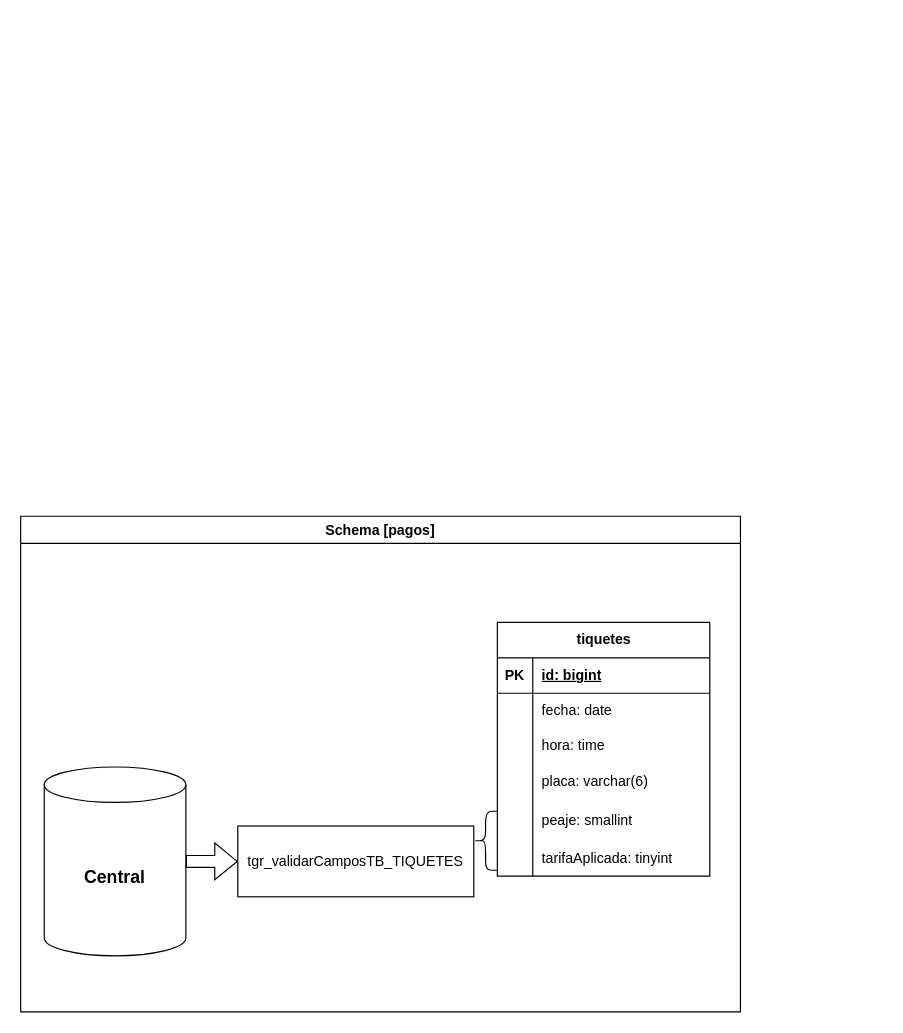
Earlier version of the draw.io diagram page "DB-OPERACIONES-TABLAS" (4 of 4) of diagramas/DISEÑO DE SISTEMA.drawio (randy-naranjo/proyecto-bd). Source tidied: cells renumbered, new cells numbered last; positions are measured from the earlier drawing's top-left corner, leaving out a move shared by most shapes. Both pictures are drawn from the tidied source at 118%, with x=0, y=0 at pixel (20, 516).
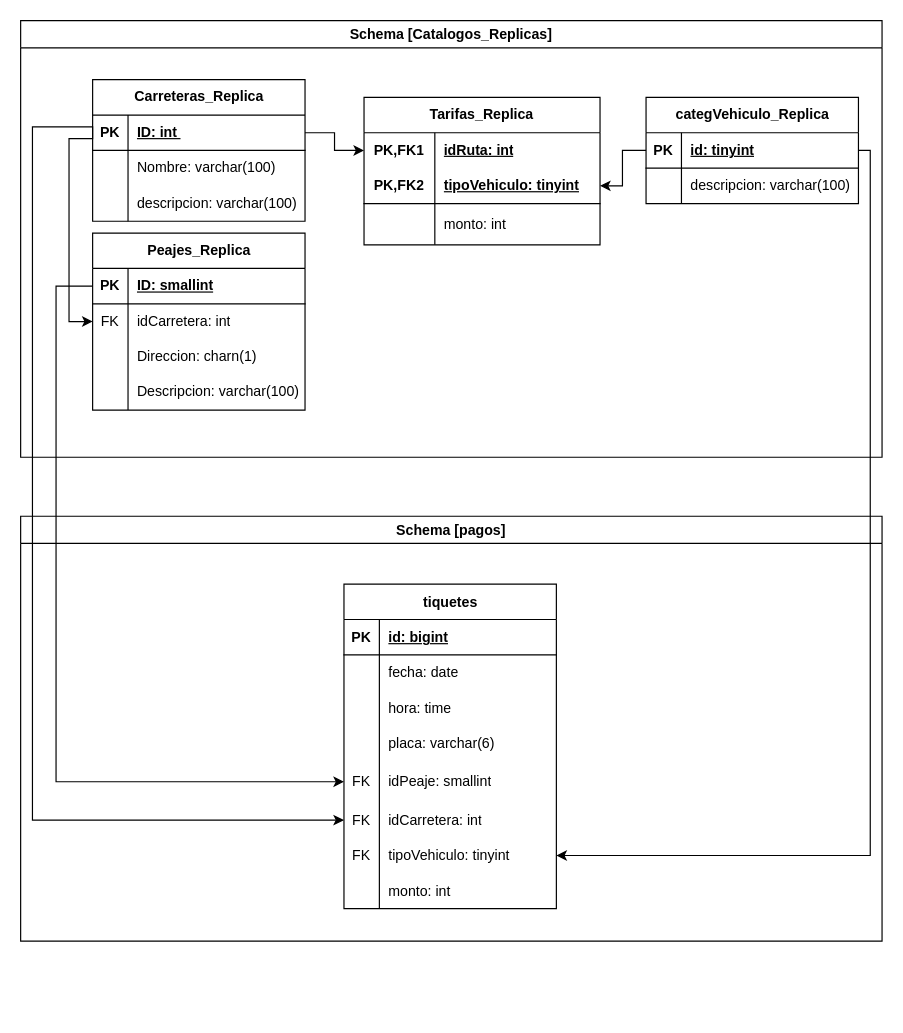
After the change.

Unchanged cells that the change refers to:
```xml
<mxCell id="18" style="shape=tableRow;horizontal=0;startSize=0;swimlaneHead=0;swimlaneBody=0;fillColor=none;points=[[0,0.5],[1,0.5]];portConstraint=eastwest;top=0;left=0;right=0;bottom=0;" parent="5" vertex="1">
  <mxGeometry y="150" width="180" height="35" as="geometry" />
</mxCell>
<mxCell id="21" style="shape=tableRow;horizontal=0;startSize=0;swimlaneHead=0;swimlaneBody=0;fillColor=none;points=[[0,0.5],[1,0.5]];portConstraint=eastwest;top=0;left=0;right=0;bottom=0;" parent="5" vertex="1">
  <mxGeometry y="185" width="180" height="30" as="geometry" />
</mxCell>
```

Change to the diagram source:
```diff
@@
     <mxCell id="2" value="Schema [pagos]" style="swimlane;whiteSpace=wrap;html=1;" parent="1" vertex="1">
-      <mxGeometry width="610" height="420" as="geometry" />
+      <mxGeometry width="730" height="360" as="geometry" />
     </mxCell>
-    <mxCell id="3" value="tgr_validarCamposTB_TIQUETES" style="rounded=0;whiteSpace=wrap;html=1;" parent="2" vertex="1">
-      <mxGeometry x="184" y="262.5" width="200" height="60" as="geometry" />
-    </mxCell>
     <mxCell id="4" style="group;" parent="2" vertex="1">
-      <mxGeometry x="384" y="90" width="200" height="245" as="geometry" />
+      <mxGeometry x="254" y="57.5" width="200" height="245" as="geometry" />
     </mxCell>
     <mxCell id="5" value="tiquetes" style="shape=table;startSize=30;childLayout=tableLayout;rowLines=0;fontStyle=1;align=center;html=1;" parent="4" vertex="1">
-      <mxGeometry x="20" width="180" height="215" as="geometry" />
+      <mxGeometry x="20" width="180" height="275" as="geometry" />
     </mxCell>
@@
-    <mxCell id="19" style="shape=partialRectangle;fillColor=none;top=0;left=0;bottom=0;right=0;overflow=hidden;whiteSpace=wrap;html=1;" parent="18" vertex="1">
+    <mxCell id="19" value="FK" style="shape=partialRectangle;fillColor=none;top=0;left=0;bottom=0;right=0;overflow=hidden;whiteSpace=wrap;html=1;" parent="18" vertex="1">
       <mxGeometry width="30" height="35" as="geometry" />
     </mxCell>
-    <mxCell id="20" value="peaje: smallint" style="shape=partialRectangle;fillColor=none;top=0;left=0;bottom=0;right=0;align=left;spacingLeft=6;overflow=hidden;whiteSpace=wrap;html=1;" parent="18" vertex="1">
+    <mxCell id="20" value="idPeaje: smallint" style="shape=partialRectangle;fillColor=none;top=0;left=0;bottom=0;right=0;align=left;spacingLeft=6;overflow=hidden;whiteSpace=wrap;html=1;" parent="18" vertex="1">
       <mxGeometry x="30" width="150" height="35" as="geometry" />
     </mxCell>
@@
-    <mxCell id="22" style="shape=partialRectangle;fillColor=none;top=0;left=0;bottom=0;right=0;overflow=hidden;whiteSpace=wrap;html=1;" parent="21" vertex="1">
+    <mxCell id="22" value="FK" style="shape=partialRectangle;fillColor=none;top=0;left=0;bottom=0;right=0;overflow=hidden;whiteSpace=wrap;html=1;" parent="21" vertex="1">
       <mxGeometry width="30" height="30" as="geometry" />
     </mxCell>
-    <mxCell id="23" value="tarifaAplicada: tinyint" style="shape=partialRectangle;fillColor=none;top=0;left=0;bottom=0;right=0;align=left;spacingLeft=6;overflow=hidden;whiteSpace=wrap;html=1;" parent="21" vertex="1">
+    <mxCell id="23" value="idCarretera: int" style="shape=partialRectangle;fillColor=none;top=0;left=0;bottom=0;right=0;align=left;spacingLeft=6;overflow=hidden;whiteSpace=wrap;html=1;" parent="21" vertex="1">
       <mxGeometry x="30" width="150" height="30" as="geometry" />
     </mxCell>
-    <mxCell id="24" style="shape=curlyBracket;whiteSpace=wrap;html=1;rounded=1;labelPosition=left;verticalLabelPosition=middle;align=right;verticalAlign=middle;" parent="4" vertex="1">
-      <mxGeometry y="160" width="20" height="50" as="geometry" />
-    </mxCell>
-    <mxCell id="25" style="edgeStyle=orthogonalEdgeStyle;rounded=0;jettySize=auto;html=1;exitX=1;exitY=0.5;exitDx=0;exitDy=0;exitPerimeter=0;entryX=0;entryY=0.5;entryDx=0;entryDy=0;shape=flexArrow;" parent="1" edge="1" source="26" target="3">
-      <mxGeometry relative="1" as="geometry" />
-    </mxCell>
-    <mxCell id="26" value="&lt;font style=&quot;font-size: 15px;&quot;&gt;&lt;b style=&quot;font-size: 15px;&quot;&gt;&lt;span style=&quot;font-size: 15px;&quot;&gt;Central&lt;/span&gt;&lt;/b&gt;&lt;/font&gt;" style="shape=cylinder3;whiteSpace=wrap;html=1;boundedLbl=1;backgroundOutline=1;size=15;fontStyle=0;fontSize=15;" parent="1" vertex="1">
-      <mxGeometry x="20" y="212.5" width="120" height="160" as="geometry" />
-    </mxCell>
+    <mxCell id="27" style="shape=tableRow;horizontal=0;startSize=0;swimlaneHead=0;swimlaneBody=0;fillColor=none;points=[[0,0.5],[1,0.5]];portConstraint=eastwest;top=0;left=0;right=0;bottom=0;" parent="5" vertex="1">
+      <mxGeometry y="215" width="180" height="30" as="geometry" />
+    </mxCell>
+    <mxCell id="28" value="FK" style="shape=partialRectangle;fillColor=none;top=0;left=0;bottom=0;right=0;overflow=hidden;whiteSpace=wrap;html=1;" parent="27" vertex="1">
+      <mxGeometry width="30" height="30" as="geometry" />
+    </mxCell>
+    <mxCell id="29" value="tipoVehiculo: tinyint" style="shape=partialRectangle;fillColor=none;top=0;left=0;bottom=0;right=0;align=left;spacingLeft=6;overflow=hidden;whiteSpace=wrap;html=1;" parent="27" vertex="1">
+      <mxGeometry x="30" width="150" height="30" as="geometry" />
+    </mxCell>
+    <mxCell id="30" style="shape=tableRow;horizontal=0;startSize=0;swimlaneHead=0;swimlaneBody=0;fillColor=none;top=0;left=0;right=0;bottom=0;" parent="5" vertex="1">
+      <mxGeometry y="245" width="180" height="30" as="geometry" />
+    </mxCell>
+    <mxCell id="31" style="shape=partialRectangle;fillColor=none;top=0;left=0;bottom=0;right=0;overflow=hidden;whiteSpace=wrap;html=1;" parent="30" vertex="1">
+      <mxGeometry width="30" height="30" as="geometry" />
+    </mxCell>
+    <mxCell id="32" value="monto: int" style="shape=partialRectangle;fillColor=none;top=0;left=0;bottom=0;right=0;align=left;spacingLeft=6;overflow=hidden;whiteSpace=wrap;html=1;" parent="30" vertex="1">
+      <mxGeometry x="30" width="150" height="30" as="geometry" />
+    </mxCell>
+    <mxCell id="33" value="Schema [Catalogos_Replicas]" style="swimlane;whiteSpace=wrap;html=1;" parent="1" vertex="1">
+      <mxGeometry y="-420" width="730" height="370" as="geometry" />
+    </mxCell>
+    <mxCell id="34" value="Carreteras_Replica" style="shape=table;startSize=30;childLayout=tableLayout;rowLines=0;fontStyle=1;align=center;html=1;" parent="33" vertex="1">
+      <mxGeometry x="61" y="50" width="180" height="120" as="geometry" />
+    </mxCell>
+    <mxCell id="35" style="shape=tableRow;horizontal=0;startSize=0;swimlaneHead=0;swimlaneBody=0;fillColor=none;points=[[0,0.5],[1,0.5]];portConstraint=eastwest;top=0;left=0;right=0;bottom=1;" parent="34" vertex="1">
+      <mxGeometry y="30" width="180" height="30" as="geometry" />
+    </mxCell>
+    <mxCell id="36" value="PK" style="shape=partialRectangle;fillColor=none;top=0;left=0;bottom=0;right=0;fontStyle=1;overflow=hidden;whiteSpace=wrap;html=1;" parent="35" vertex="1">
+      <mxGeometry width="30" height="30" as="geometry" />
+    </mxCell>
+    <mxCell id="37" value="ID: int&amp;nbsp;" style="shape=partialRectangle;fillColor=none;top=0;left=0;bottom=0;right=0;align=left;spacingLeft=6;fontStyle=5;overflow=hidden;whiteSpace=wrap;html=1;" parent="35" vertex="1">
+      <mxGeometry x="30" width="150" height="30" as="geometry" />
+    </mxCell>
+    <mxCell id="38" style="shape=tableRow;horizontal=0;startSize=0;swimlaneHead=0;swimlaneBody=0;fillColor=none;top=0;left=0;right=0;bottom=0;" parent="34" vertex="1">
+      <mxGeometry y="60" width="180" height="30" as="geometry" />
+    </mxCell>
+    <mxCell id="39" style="shape=partialRectangle;fillColor=none;top=0;left=0;bottom=0;right=0;overflow=hidden;whiteSpace=wrap;html=1;" parent="38" vertex="1">
+      <mxGeometry width="30" height="30" as="geometry" />
+    </mxCell>
+    <mxCell id="40" value="Nombre: varchar(100)" style="shape=partialRectangle;fillColor=none;top=0;left=0;bottom=0;right=0;align=left;spacingLeft=6;overflow=hidden;whiteSpace=wrap;html=1;" parent="38" vertex="1">
+      <mxGeometry x="30" width="150" height="30" as="geometry" />
+    </mxCell>
+    <mxCell id="41" style="shape=tableRow;horizontal=0;startSize=0;swimlaneHead=0;swimlaneBody=0;fillColor=none;top=0;left=0;right=0;bottom=0;" parent="34" vertex="1">
+      <mxGeometry y="90" width="180" height="30" as="geometry" />
+    </mxCell>
+    <mxCell id="42" style="shape=partialRectangle;fillColor=none;top=0;left=0;bottom=0;right=0;overflow=hidden;whiteSpace=wrap;html=1;" parent="41" vertex="1">
+      <mxGeometry width="30" height="30" as="geometry" />
+    </mxCell>
+    <mxCell id="43" value="descripcion: varchar(100)" style="shape=partialRectangle;fillColor=none;top=0;left=0;bottom=0;right=0;align=left;spacingLeft=6;overflow=hidden;whiteSpace=wrap;html=1;" parent="41" vertex="1">
+      <mxGeometry x="30" width="150" height="30" as="geometry" />
+    </mxCell>
+    <mxCell id="44" value="Peajes_Replica" style="shape=table;startSize=30;childLayout=tableLayout;rowLines=0;fontStyle=1;align=center;html=1;" parent="33" vertex="1">
+      <mxGeometry x="61" y="180" width="180" height="150" as="geometry" />
+    </mxCell>
+    <mxCell id="45" style="shape=tableRow;horizontal=0;startSize=0;swimlaneHead=0;swimlaneBody=0;fillColor=none;points=[[0,0.5],[1,0.5]];portConstraint=eastwest;top=0;left=0;right=0;bottom=1;" parent="44" vertex="1">
+      <mxGeometry y="30" width="180" height="30" as="geometry" />
+    </mxCell>
+    <mxCell id="46" value="PK" style="shape=partialRectangle;fillColor=none;top=0;left=0;bottom=0;right=0;fontStyle=1;overflow=hidden;whiteSpace=wrap;html=1;" parent="45" vertex="1">
+      <mxGeometry width="30" height="30" as="geometry" />
+    </mxCell>
+    <mxCell id="47" value="ID: smallint" style="shape=partialRectangle;fillColor=none;top=0;left=0;bottom=0;right=0;align=left;spacingLeft=6;fontStyle=5;overflow=hidden;whiteSpace=wrap;html=1;" parent="45" vertex="1">
+      <mxGeometry x="30" width="150" height="30" as="geometry" />
+    </mxCell>
+    <mxCell id="48" style="shape=tableRow;horizontal=0;startSize=0;swimlaneHead=0;swimlaneBody=0;fillColor=none;points=[[0,0.5],[1,0.5]];portConstraint=eastwest;top=0;left=0;right=0;bottom=0;" parent="44" vertex="1">
+      <mxGeometry y="60" width="180" height="30" as="geometry" />
+    </mxCell>
+    <mxCell id="49" value="FK" style="shape=partialRectangle;fillColor=none;top=0;left=0;bottom=0;right=0;overflow=hidden;whiteSpace=wrap;html=1;" parent="48" vertex="1">
+      <mxGeometry width="30" height="30" as="geometry" />
+    </mxCell>
+    <mxCell id="50" value="idCarretera: int" style="shape=partialRectangle;fillColor=none;top=0;left=0;bottom=0;right=0;align=left;spacingLeft=6;overflow=hidden;whiteSpace=wrap;html=1;" parent="48" vertex="1">
+      <mxGeometry x="30" width="150" height="30" as="geometry" />
+    </mxCell>
+    <mxCell id="51" style="shape=tableRow;horizontal=0;startSize=0;swimlaneHead=0;swimlaneBody=0;fillColor=none;top=0;left=0;right=0;bottom=0;" parent="44" vertex="1">
+      <mxGeometry y="90" width="180" height="30" as="geometry" />
+    </mxCell>
+    <mxCell id="52" style="shape=partialRectangle;fillColor=none;top=0;left=0;bottom=0;right=0;overflow=hidden;whiteSpace=wrap;html=1;" parent="51" vertex="1">
+      <mxGeometry width="30" height="30" as="geometry" />
+    </mxCell>
+    <mxCell id="53" value="Direccion: charn(1)" style="shape=partialRectangle;fillColor=none;top=0;left=0;bottom=0;right=0;align=left;spacingLeft=6;overflow=hidden;whiteSpace=wrap;html=1;" parent="51" vertex="1">
+      <mxGeometry x="30" width="150" height="30" as="geometry" />
+    </mxCell>
+    <mxCell id="54" style="shape=tableRow;horizontal=0;startSize=0;swimlaneHead=0;swimlaneBody=0;fillColor=none;top=0;left=0;right=0;bottom=0;" parent="44" vertex="1">
+      <mxGeometry y="120" width="180" height="30" as="geometry" />
+    </mxCell>
+    <mxCell id="55" style="shape=partialRectangle;fillColor=none;top=0;left=0;bottom=0;right=0;overflow=hidden;whiteSpace=wrap;html=1;" parent="54" vertex="1">
+      <mxGeometry width="30" height="30" as="geometry" />
+    </mxCell>
+    <mxCell id="56" value="Descripcion: varchar(100)" style="shape=partialRectangle;fillColor=none;top=0;left=0;bottom=0;right=0;align=left;spacingLeft=6;overflow=hidden;whiteSpace=wrap;html=1;" parent="54" vertex="1">
+      <mxGeometry x="30" width="150" height="30" as="geometry" />
+    </mxCell>
+    <mxCell id="57" value="categVehiculo_Replica" style="shape=table;startSize=30;childLayout=tableLayout;rowLines=0;fontStyle=1;align=center;html=1;" parent="33" vertex="1">
+      <mxGeometry x="530" y="65" width="180" height="90" as="geometry" />
+    </mxCell>
+    <mxCell id="58" style="shape=tableRow;horizontal=0;startSize=0;swimlaneHead=0;swimlaneBody=0;fillColor=none;points=[[0,0.5],[1,0.5]];portConstraint=eastwest;top=0;left=0;right=0;bottom=1;" parent="57" vertex="1">
+      <mxGeometry y="30" width="180" height="30" as="geometry" />
+    </mxCell>
+    <mxCell id="59" value="PK" style="shape=partialRectangle;fillColor=none;top=0;left=0;bottom=0;right=0;fontStyle=1;overflow=hidden;whiteSpace=wrap;html=1;" parent="58" vertex="1">
+      <mxGeometry width="30" height="30" as="geometry" />
+    </mxCell>
+    <mxCell id="60" value="id: tinyint" style="shape=partialRectangle;fillColor=none;top=0;left=0;bottom=0;right=0;align=left;spacingLeft=6;fontStyle=5;overflow=hidden;whiteSpace=wrap;html=1;" parent="58" vertex="1">
+      <mxGeometry x="30" width="150" height="30" as="geometry" />
+    </mxCell>
+    <mxCell id="61" style="shape=tableRow;horizontal=0;startSize=0;swimlaneHead=0;swimlaneBody=0;fillColor=none;top=0;left=0;right=0;bottom=0;" parent="57" vertex="1">
+      <mxGeometry y="60" width="180" height="30" as="geometry" />
+    </mxCell>
+    <mxCell id="62" style="shape=partialRectangle;fillColor=none;top=0;left=0;bottom=0;right=0;overflow=hidden;whiteSpace=wrap;html=1;" parent="61" vertex="1">
+      <mxGeometry width="30" height="30" as="geometry" />
+    </mxCell>
+    <mxCell id="63" value="descripcion: varchar(100)" style="shape=partialRectangle;fillColor=none;top=0;left=0;bottom=0;right=0;align=left;spacingLeft=6;overflow=hidden;whiteSpace=wrap;html=1;" parent="61" vertex="1">
+      <mxGeometry x="30" width="150" height="30" as="geometry" />
+    </mxCell>
+    <mxCell id="64" style="edgeStyle=orthogonalEdgeStyle;rounded=0;jettySize=auto;html=1;exitX=0;exitY=0.5;exitDx=0;exitDy=0;entryX=0;entryY=0.5;entryDx=0;entryDy=0;" parent="33" edge="1" source="35" target="48">
+      <mxGeometry relative="1" as="geometry">
+        <Array as="points">
+          <mxPoint x="61" y="100" />
+          <mxPoint x="41" y="100" />
+          <mxPoint x="41" y="255" />
+        </Array>
+      </mxGeometry>
+    </mxCell>
+    <mxCell id="65" value="Tarifas&lt;span style=&quot;text-wrap: nowrap;&quot;&gt;_Replica&lt;/span&gt;" style="shape=table;startSize=30;childLayout=tableLayout;rowLines=0;fontStyle=1;align=center;html=1;whiteSpace=wrap;" parent="33" vertex="1">
+      <mxGeometry x="291" y="65" width="200" height="125" as="geometry" />
+    </mxCell>
+    <mxCell id="66" style="shape=tableRow;horizontal=0;startSize=0;swimlaneHead=0;swimlaneBody=0;fillColor=none;points=[[0,0.5],[1,0.5]];portConstraint=eastwest;top=0;left=0;right=0;bottom=0;html=1;" parent="65" vertex="1">
+      <mxGeometry y="30" width="200" height="30" as="geometry" />
+    </mxCell>
+    <mxCell id="67" value="PK,FK1" style="shape=partialRectangle;fillColor=none;top=0;left=0;bottom=0;right=0;fontStyle=1;overflow=hidden;html=1;whiteSpace=wrap;" parent="66" vertex="1">
+      <mxGeometry width="60" height="30" as="geometry" />
+    </mxCell>
+    <mxCell id="68" value="idRuta: int" style="shape=partialRectangle;fillColor=none;top=0;left=0;bottom=0;right=0;align=left;spacingLeft=6;fontStyle=5;overflow=hidden;html=1;whiteSpace=wrap;" parent="66" vertex="1">
+      <mxGeometry x="60" width="140" height="30" as="geometry" />
+    </mxCell>
+    <mxCell id="69" style="shape=tableRow;horizontal=0;startSize=0;swimlaneHead=0;swimlaneBody=0;fillColor=none;points=[[0,0.5],[1,0.5]];portConstraint=eastwest;top=0;left=0;right=0;bottom=1;html=1;" parent="65" vertex="1">
+      <mxGeometry y="60" width="200" height="30" as="geometry" />
+    </mxCell>
+    <mxCell id="70" value="PK,FK2" style="shape=partialRectangle;fillColor=none;top=0;left=0;bottom=0;right=0;fontStyle=1;overflow=hidden;html=1;whiteSpace=wrap;" parent="69" vertex="1">
+      <mxGeometry width="60" height="30" as="geometry" />
+    </mxCell>
+    <mxCell id="71" value="tipoVehiculo: tinyint" style="shape=partialRectangle;fillColor=none;top=0;left=0;bottom=0;right=0;align=left;spacingLeft=6;fontStyle=5;overflow=hidden;html=1;whiteSpace=wrap;" parent="69" vertex="1">
+      <mxGeometry x="60" width="140" height="30" as="geometry" />
+    </mxCell>
+    <mxCell id="72" style="shape=tableRow;horizontal=0;startSize=0;swimlaneHead=0;swimlaneBody=0;fillColor=none;top=0;left=0;right=0;bottom=0;html=1;" parent="65" vertex="1">
+      <mxGeometry y="90" width="200" height="35" as="geometry" />
+    </mxCell>
+    <mxCell id="73" style="shape=partialRectangle;fillColor=none;top=0;left=0;bottom=0;right=0;overflow=hidden;html=1;whiteSpace=wrap;" parent="72" vertex="1">
+      <mxGeometry width="60" height="35" as="geometry" />
+    </mxCell>
+    <mxCell id="74" value="monto: int" style="shape=partialRectangle;fillColor=none;top=0;left=0;bottom=0;right=0;align=left;spacingLeft=6;overflow=hidden;html=1;whiteSpace=wrap;" parent="72" vertex="1">
+      <mxGeometry x="60" width="140" height="35" as="geometry" />
+    </mxCell>
+    <mxCell id="75" style="edgeStyle=orthogonalEdgeStyle;rounded=0;jettySize=auto;html=1;exitX=0;exitY=0.5;exitDx=0;exitDy=0;entryX=1;entryY=0.5;entryDx=0;entryDy=0;" parent="33" edge="1" source="58" target="69">
+      <mxGeometry relative="1" as="geometry" />
+    </mxCell>
+    <mxCell id="76" style="edgeStyle=orthogonalEdgeStyle;rounded=0;jettySize=auto;html=1;exitX=1;exitY=0.5;exitDx=0;exitDy=0;entryX=0;entryY=0.5;entryDx=0;entryDy=0;" parent="33" edge="1" source="35" target="66">
+      <mxGeometry relative="1" as="geometry" />
+    </mxCell>
+    <mxCell id="77" style="edgeStyle=orthogonalEdgeStyle;rounded=0;jettySize=auto;html=1;exitX=0;exitY=0.5;exitDx=0;exitDy=0;entryX=0;entryY=0.5;entryDx=0;entryDy=0;" parent="1" edge="1" source="45" target="18">
+      <mxGeometry relative="1" as="geometry">
+        <Array as="points">
+          <mxPoint x="30" y="-195" />
+          <mxPoint x="30" y="225" />
+        </Array>
+      </mxGeometry>
+    </mxCell>
+    <mxCell id="78" style="edgeStyle=orthogonalEdgeStyle;rounded=0;jettySize=auto;html=1;exitX=0;exitY=0.5;exitDx=0;exitDy=0;entryX=0;entryY=0.5;entryDx=0;entryDy=0;" parent="1" edge="1" source="35" target="21">
+      <mxGeometry relative="1" as="geometry">
+        <Array as="points">
+          <mxPoint x="61" y="-330" />
+          <mxPoint x="10" y="-330" />
+          <mxPoint x="10" y="258" />
+        </Array>
+      </mxGeometry>
+    </mxCell>
+    <mxCell id="79" style="edgeStyle=orthogonalEdgeStyle;rounded=0;jettySize=auto;html=1;exitX=1;exitY=0.5;exitDx=0;exitDy=0;entryX=1;entryY=0.5;entryDx=0;entryDy=0;" parent="1" edge="1" source="58" target="27">
+      <mxGeometry relative="1" as="geometry">
+        <Array as="points">
+          <mxPoint x="720" y="-310" />
+          <mxPoint x="720" y="288" />
+        </Array>
+      </mxGeometry>
+    </mxCell>
```
